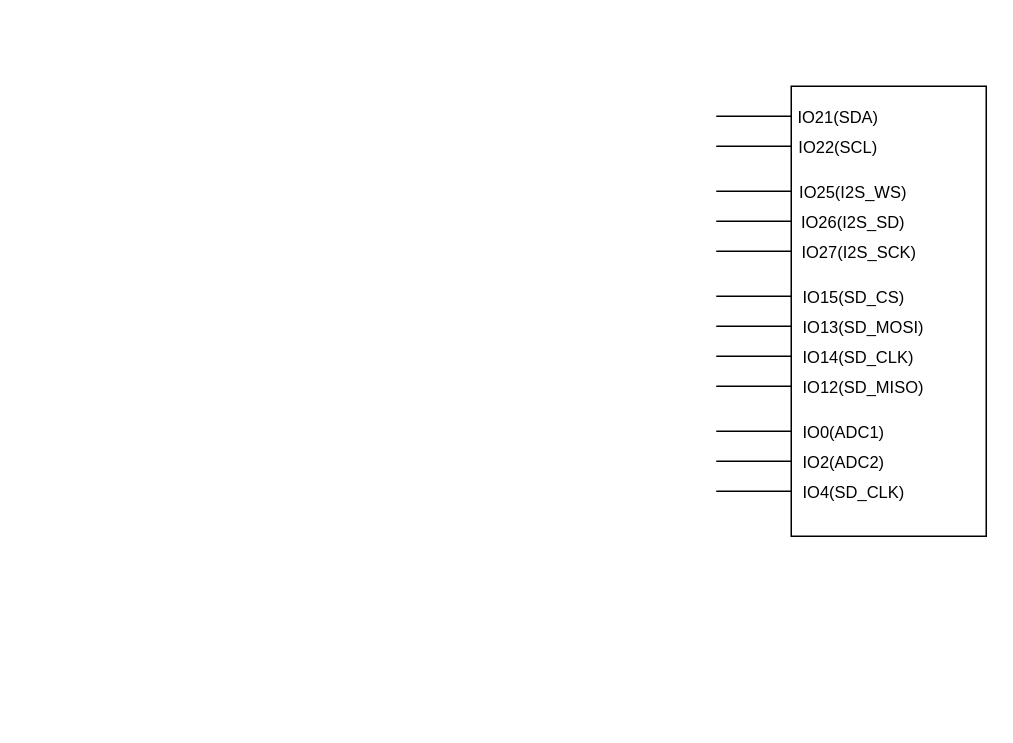
The draw.io diagram Диаграмма без названия.drawio in Mrw0lf14/diplom_ecg, before the edit. Source tidied: cells renumbered, new cells numbered last; positions are measured from the earlier drawing's top-left corner, leaving out a move shared by most shapes. Both pictures are drawn from the tidied source at 150%, with x=0, y=0 at pixel (716, 86).
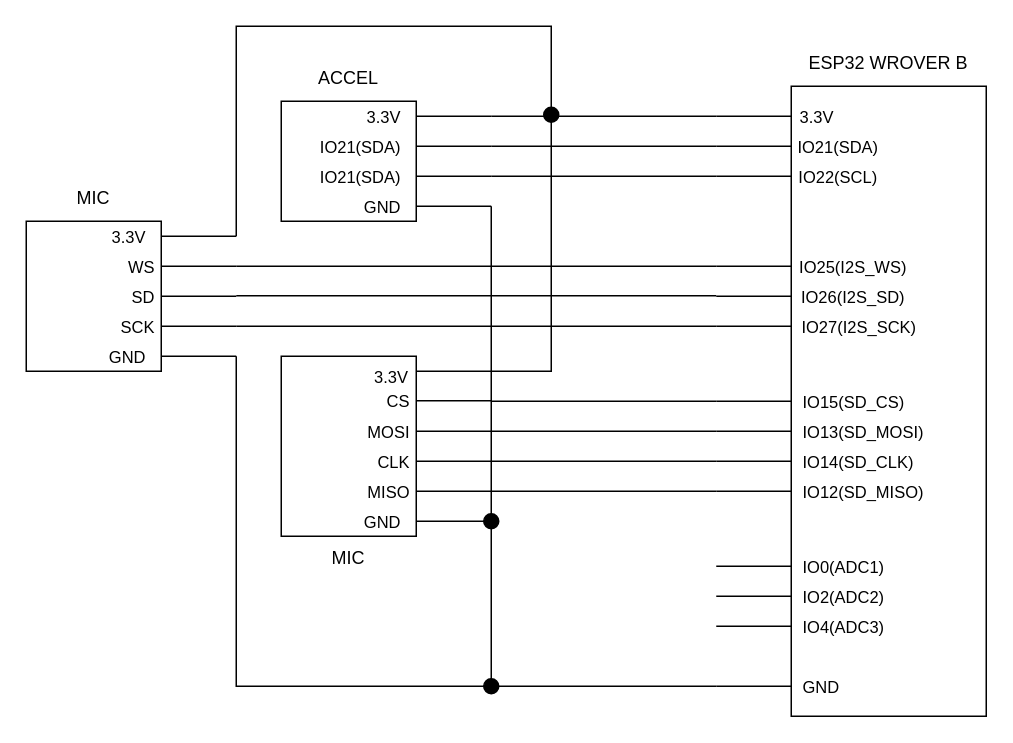
The same diagram, later.

Change to the diagram source:
```diff
@@
     <mxCell id="2" style="rounded=0;whiteSpace=wrap;html=1;" parent="1" vertex="1">
-      <mxGeometry x="50" width="130" height="300" as="geometry" />
+      <mxGeometry x="50" width="130" height="420" as="geometry" />
     </mxCell>
     <mxCell id="3" style="endArrow=none;html=1;rounded=0;" parent="1" edge="1">
       <mxGeometry relative="1" as="geometry">
-        <mxPoint y="20" as="sourcePoint" />
-        <mxPoint x="50" y="20" as="targetPoint" />
+        <mxPoint y="40" as="sourcePoint" />
+        <mxPoint x="50" y="40" as="targetPoint" />
       </mxGeometry>
     </mxCell>
@@
     <mxCell id="5" style="endArrow=none;html=1;rounded=0;" parent="1" edge="1">
       <mxGeometry relative="1" as="geometry">
-        <mxPoint y="40" as="sourcePoint" />
-        <mxPoint x="50" y="40" as="targetPoint" />
+        <mxPoint y="60" as="sourcePoint" />
+        <mxPoint x="50" y="60" as="targetPoint" />
       </mxGeometry>
     </mxCell>
@@
     <mxCell id="7" style="endArrow=none;html=1;rounded=0;" parent="1" edge="1">
       <mxGeometry relative="1" as="geometry">
-        <mxPoint y="70" as="sourcePoint" />
-        <mxPoint x="50" y="70" as="targetPoint" />
+        <mxPoint y="120" as="sourcePoint" />
+        <mxPoint x="50" y="120" as="targetPoint" />
       </mxGeometry>
     </mxCell>
@@
     <mxCell id="9" style="endArrow=none;html=1;rounded=0;" parent="1" edge="1">
       <mxGeometry relative="1" as="geometry">
-        <mxPoint y="90" as="sourcePoint" />
-        <mxPoint x="50" y="90" as="targetPoint" />
+        <mxPoint y="140" as="sourcePoint" />
+        <mxPoint x="50" y="140" as="targetPoint" />
       </mxGeometry>
     </mxCell>
@@
     <mxCell id="11" style="endArrow=none;html=1;rounded=0;" parent="1" edge="1">
       <mxGeometry relative="1" as="geometry">
-        <mxPoint y="110" as="sourcePoint" />
-        <mxPoint x="50" y="110" as="targetPoint" />
+        <mxPoint y="160" as="sourcePoint" />
+        <mxPoint x="50" y="160" as="targetPoint" />
       </mxGeometry>
     </mxCell>
@@
     <mxCell id="13" style="endArrow=none;html=1;rounded=0;" parent="1" edge="1">
       <mxGeometry relative="1" as="geometry">
-        <mxPoint y="140" as="sourcePoint" />
-        <mxPoint x="50" y="140" as="targetPoint" />
+        <mxPoint y="210" as="sourcePoint" />
+        <mxPoint x="50" y="210" as="targetPoint" />
       </mxGeometry>
     </mxCell>
@@
     <mxCell id="15" style="endArrow=none;html=1;rounded=0;" parent="1" edge="1">
       <mxGeometry relative="1" as="geometry">
-        <mxPoint y="160" as="sourcePoint" />
-        <mxPoint x="50" y="160" as="targetPoint" />
+        <mxPoint y="230" as="sourcePoint" />
+        <mxPoint x="50" y="230" as="targetPoint" />
       </mxGeometry>
     </mxCell>
@@
     <mxCell id="17" style="endArrow=none;html=1;rounded=0;" parent="1" edge="1">
       <mxGeometry relative="1" as="geometry">
-        <mxPoint y="180" as="sourcePoint" />
-        <mxPoint x="50" y="180" as="targetPoint" />
+        <mxPoint y="250" as="sourcePoint" />
+        <mxPoint x="50" y="250" as="targetPoint" />
       </mxGeometry>
     </mxCell>
@@
     <mxCell id="19" style="endArrow=none;html=1;rounded=0;" parent="1" edge="1">
       <mxGeometry relative="1" as="geometry">
-        <mxPoint y="200" as="sourcePoint" />
-        <mxPoint x="50" y="200" as="targetPoint" />
+        <mxPoint y="270" as="sourcePoint" />
+        <mxPoint x="50" y="270" as="targetPoint" />
       </mxGeometry>
     </mxCell>
@@
     <mxCell id="21" style="endArrow=none;html=1;rounded=0;" parent="1" edge="1">
       <mxGeometry relative="1" as="geometry">
-        <mxPoint y="230" as="sourcePoint" />
-        <mxPoint x="50" y="230" as="targetPoint" />
+        <mxPoint y="320" as="sourcePoint" />
+        <mxPoint x="50" y="320" as="targetPoint" />
       </mxGeometry>
     </mxCell>
@@
     <mxCell id="23" style="endArrow=none;html=1;rounded=0;" parent="1" edge="1">
       <mxGeometry relative="1" as="geometry">
-        <mxPoint y="250" as="sourcePoint" />
-        <mxPoint x="50" y="250" as="targetPoint" />
+        <mxPoint y="340" as="sourcePoint" />
+        <mxPoint x="50" y="340" as="targetPoint" />
       </mxGeometry>
     </mxCell>
@@
     <mxCell id="25" style="endArrow=none;html=1;rounded=0;" parent="1" edge="1">
       <mxGeometry relative="1" as="geometry">
-        <mxPoint y="270" as="sourcePoint" />
-        <mxPoint x="50" y="270" as="targetPoint" />
+        <mxPoint y="360" as="sourcePoint" />
+        <mxPoint x="50" y="360" as="targetPoint" />
       </mxGeometry>
     </mxCell>
-    <mxCell id="26" value="IO4(SD_CLK)" style="edgeLabel;html=1;align=left;verticalAlign=middle;" parent="25" vertex="1">
+    <mxCell id="26" value="IO4(ADC3)" style="edgeLabel;html=1;align=left;verticalAlign=middle;" parent="25" vertex="1">
       <mxGeometry x="0.47" y="-4" relative="1" as="geometry">
         <mxPoint x="19" y="-4" as="offset" />
       </mxGeometry>
     </mxCell>
+    <mxCell id="27" style="rounded=0;whiteSpace=wrap;html=1;" parent="1" vertex="1">
+      <mxGeometry x="-290" y="10" width="90" height="80" as="geometry" />
+    </mxCell>
+    <mxCell id="28" value="ESP32 WROVER B" style="text;html=1;align=center;verticalAlign=middle;whiteSpace=wrap;rounded=0;" parent="1" vertex="1">
+      <mxGeometry x="50" y="-30" width="130" height="30" as="geometry" />
+    </mxCell>
+    <mxCell id="29" style="endArrow=none;html=1;rounded=0;" parent="1" edge="1">
+      <mxGeometry relative="1" as="geometry">
+        <mxPoint x="-200" y="40" as="sourcePoint" />
+        <mxPoint x="-150" y="40" as="targetPoint" />
+      </mxGeometry>
+    </mxCell>
+    <mxCell id="30" value="IO21(SDA)" style="edgeLabel;html=1;align=right;verticalAlign=middle;" parent="29" vertex="1">
+      <mxGeometry x="0.47" y="-4" relative="1" as="geometry">
+        <mxPoint x="-47" y="-4" as="offset" />
+      </mxGeometry>
+    </mxCell>
+    <mxCell id="31" style="endArrow=none;html=1;rounded=0;" parent="1" edge="1">
+      <mxGeometry relative="1" as="geometry">
+        <mxPoint x="-200" y="60" as="sourcePoint" />
+        <mxPoint x="-150" y="60" as="targetPoint" />
+      </mxGeometry>
+    </mxCell>
+    <mxCell id="32" value="IO21(SDA)" style="edgeLabel;html=1;align=right;verticalAlign=middle;" parent="31" vertex="1">
+      <mxGeometry x="0.47" y="-4" relative="1" as="geometry">
+        <mxPoint x="-47" y="-4" as="offset" />
+      </mxGeometry>
+    </mxCell>
+    <mxCell id="33" style="endArrow=none;html=1;rounded=0;" parent="1" edge="1">
+      <mxGeometry relative="1" as="geometry">
+        <mxPoint x="-200" y="20" as="sourcePoint" />
+        <mxPoint x="-150" y="20" as="targetPoint" />
+      </mxGeometry>
+    </mxCell>
+    <mxCell id="34" value="3.3V" style="edgeLabel;html=1;align=right;verticalAlign=middle;" parent="33" vertex="1">
+      <mxGeometry x="0.47" y="-4" relative="1" as="geometry">
+        <mxPoint x="-47" y="-4" as="offset" />
+      </mxGeometry>
+    </mxCell>
+    <mxCell id="35" style="endArrow=none;html=1;rounded=0;" parent="1" edge="1">
+      <mxGeometry relative="1" as="geometry">
+        <mxPoint x="-200" y="80" as="sourcePoint" />
+        <mxPoint x="-150" y="80" as="targetPoint" />
+      </mxGeometry>
+    </mxCell>
+    <mxCell id="36" value="GND" style="edgeLabel;html=1;align=right;verticalAlign=middle;" parent="35" vertex="1">
+      <mxGeometry x="0.47" y="-4" relative="1" as="geometry">
+        <mxPoint x="-47" y="-4" as="offset" />
+      </mxGeometry>
+    </mxCell>
+    <mxCell id="37" style="endArrow=none;html=1;rounded=0;" parent="1" edge="1">
+      <mxGeometry relative="1" as="geometry">
+        <mxPoint x="-150" y="40" as="sourcePoint" />
+        <mxPoint y="40" as="targetPoint" />
+      </mxGeometry>
+    </mxCell>
+    <mxCell id="38" style="endArrow=none;html=1;rounded=0;" parent="1" edge="1">
+      <mxGeometry relative="1" as="geometry">
+        <mxPoint x="-150" y="60" as="sourcePoint" />
+        <mxPoint y="60" as="targetPoint" />
+      </mxGeometry>
+    </mxCell>
+    <mxCell id="39" style="endArrow=none;html=1;rounded=0;" parent="1" edge="1">
+      <mxGeometry relative="1" as="geometry">
+        <mxPoint y="20" as="sourcePoint" />
+        <mxPoint x="50" y="20" as="targetPoint" />
+      </mxGeometry>
+    </mxCell>
+    <mxCell id="40" value="3.3V" style="edgeLabel;html=1;align=left;verticalAlign=middle;" parent="39" vertex="1">
+      <mxGeometry x="0.47" y="-4" relative="1" as="geometry">
+        <mxPoint x="17" y="-4" as="offset" />
+      </mxGeometry>
+    </mxCell>
+    <mxCell id="41" style="endArrow=none;html=1;rounded=0;" parent="1" edge="1">
+      <mxGeometry relative="1" as="geometry">
+        <mxPoint y="400" as="sourcePoint" />
+        <mxPoint x="50" y="400" as="targetPoint" />
+      </mxGeometry>
+    </mxCell>
+    <mxCell id="42" value="GND" style="edgeLabel;html=1;align=left;verticalAlign=middle;" parent="41" vertex="1">
+      <mxGeometry x="0.47" y="-4" relative="1" as="geometry">
+        <mxPoint x="19" y="-4" as="offset" />
+      </mxGeometry>
+    </mxCell>
+    <mxCell id="43" value="ACCEL" style="text;html=1;align=center;verticalAlign=middle;whiteSpace=wrap;rounded=0;" parent="1" vertex="1">
+      <mxGeometry x="-290" y="-20" width="90" height="30" as="geometry" />
+    </mxCell>
+    <mxCell id="44" style="rounded=0;whiteSpace=wrap;html=1;" parent="1" vertex="1">
+      <mxGeometry x="-460" y="90" width="90" height="100" as="geometry" />
+    </mxCell>
+    <mxCell id="45" value="MIC" style="text;html=1;align=center;verticalAlign=middle;whiteSpace=wrap;rounded=0;" parent="1" vertex="1">
+      <mxGeometry x="-460" y="60" width="90" height="30" as="geometry" />
+    </mxCell>
+    <mxCell id="46" style="endArrow=none;html=1;rounded=0;" parent="1" edge="1">
+      <mxGeometry relative="1" as="geometry">
+        <mxPoint x="-370" y="120" as="sourcePoint" />
+        <mxPoint x="-320" y="120" as="targetPoint" />
+      </mxGeometry>
+    </mxCell>
+    <mxCell id="47" value="WS" style="edgeLabel;html=1;align=right;verticalAlign=middle;" parent="46" vertex="1">
+      <mxGeometry x="0.47" y="-4" relative="1" as="geometry">
+        <mxPoint x="-41" y="-4" as="offset" />
+      </mxGeometry>
+    </mxCell>
+    <mxCell id="48" style="endArrow=none;html=1;rounded=0;" parent="1" edge="1">
+      <mxGeometry relative="1" as="geometry">
+        <mxPoint x="-370" y="140" as="sourcePoint" />
+        <mxPoint x="-320" y="140" as="targetPoint" />
+      </mxGeometry>
+    </mxCell>
+    <mxCell id="49" value="SD" style="edgeLabel;html=1;align=right;verticalAlign=middle;" parent="48" vertex="1">
+      <mxGeometry x="0.47" y="-4" relative="1" as="geometry">
+        <mxPoint x="-41" y="-4" as="offset" />
+      </mxGeometry>
+    </mxCell>
+    <mxCell id="50" style="endArrow=none;html=1;rounded=0;" parent="1" edge="1">
+      <mxGeometry relative="1" as="geometry">
+        <mxPoint x="-370" y="160" as="sourcePoint" />
+        <mxPoint x="-320" y="160" as="targetPoint" />
+      </mxGeometry>
+    </mxCell>
+    <mxCell id="51" value="SCK" style="edgeLabel;html=1;align=right;verticalAlign=middle;" parent="50" vertex="1">
+      <mxGeometry x="0.47" y="-4" relative="1" as="geometry">
+        <mxPoint x="-41" y="-4" as="offset" />
+      </mxGeometry>
+    </mxCell>
+    <mxCell id="52" style="endArrow=none;html=1;rounded=0;" parent="1" edge="1">
+      <mxGeometry relative="1" as="geometry">
+        <mxPoint x="-370" y="100" as="sourcePoint" />
+        <mxPoint x="-320" y="100" as="targetPoint" />
+      </mxGeometry>
+    </mxCell>
+    <mxCell id="53" value="3.3V" style="edgeLabel;html=1;align=right;verticalAlign=middle;" parent="52" vertex="1">
+      <mxGeometry x="0.47" y="-4" relative="1" as="geometry">
+        <mxPoint x="-47" y="-4" as="offset" />
+      </mxGeometry>
+    </mxCell>
+    <mxCell id="54" style="endArrow=none;html=1;rounded=0;" parent="1" edge="1">
+      <mxGeometry relative="1" as="geometry">
+        <mxPoint x="-370" y="180" as="sourcePoint" />
+        <mxPoint x="-320" y="180" as="targetPoint" />
+      </mxGeometry>
+    </mxCell>
+    <mxCell id="55" value="GND" style="edgeLabel;html=1;align=right;verticalAlign=middle;" parent="54" vertex="1">
+      <mxGeometry x="0.47" y="-4" relative="1" as="geometry">
+        <mxPoint x="-47" y="-4" as="offset" />
+      </mxGeometry>
+    </mxCell>
+    <mxCell id="56" style="rounded=0;whiteSpace=wrap;html=1;" parent="1" vertex="1">
+      <mxGeometry x="-290" y="180" width="90" height="120" as="geometry" />
+    </mxCell>
+    <mxCell id="57" value="MIC" style="text;html=1;align=center;verticalAlign=middle;whiteSpace=wrap;rounded=0;" parent="1" vertex="1">
+      <mxGeometry x="-290" y="300" width="90" height="30" as="geometry" />
+    </mxCell>
+    <mxCell id="58" style="endArrow=none;html=1;rounded=0;" parent="1" edge="1">
+      <mxGeometry relative="1" as="geometry">
+        <mxPoint x="-200" y="209.7" as="sourcePoint" />
+        <mxPoint x="-150" y="209.7" as="targetPoint" />
+      </mxGeometry>
+    </mxCell>
+    <mxCell id="59" value="CS" style="edgeLabel;html=1;align=right;verticalAlign=middle;" parent="58" vertex="1">
+      <mxGeometry x="0.47" y="-4" relative="1" as="geometry">
+        <mxPoint x="-41" y="-4" as="offset" />
+      </mxGeometry>
+    </mxCell>
+    <mxCell id="60" style="endArrow=none;html=1;rounded=0;" parent="1" edge="1">
+      <mxGeometry relative="1" as="geometry">
+        <mxPoint x="-200" y="250" as="sourcePoint" />
+        <mxPoint x="-150" y="250" as="targetPoint" />
+      </mxGeometry>
+    </mxCell>
+    <mxCell id="61" value="CLK" style="edgeLabel;html=1;align=right;verticalAlign=middle;" parent="60" vertex="1">
+      <mxGeometry x="0.47" y="-4" relative="1" as="geometry">
+        <mxPoint x="-41" y="-4" as="offset" />
+      </mxGeometry>
+    </mxCell>
+    <mxCell id="62" style="endArrow=none;html=1;rounded=0;" parent="1" edge="1">
+      <mxGeometry relative="1" as="geometry">
+        <mxPoint x="-200" y="270" as="sourcePoint" />
+        <mxPoint x="-150" y="270" as="targetPoint" />
+      </mxGeometry>
+    </mxCell>
+    <mxCell id="63" value="MISO" style="edgeLabel;html=1;align=right;verticalAlign=middle;" parent="62" vertex="1">
+      <mxGeometry x="0.47" y="-4" relative="1" as="geometry">
+        <mxPoint x="-41" y="-4" as="offset" />
+      </mxGeometry>
+    </mxCell>
+    <mxCell id="64" style="endArrow=none;html=1;rounded=0;" parent="1" edge="1">
+      <mxGeometry relative="1" as="geometry">
+        <mxPoint x="-200" y="190" as="sourcePoint" />
+        <mxPoint x="-110" y="20" as="targetPoint" />
+        <Array as="points">
+          <mxPoint x="-110" y="190" />
+        </Array>
+      </mxGeometry>
+    </mxCell>
+    <mxCell id="65" value="3.3V" style="edgeLabel;html=1;align=right;verticalAlign=middle;" parent="64" vertex="1">
+      <mxGeometry x="0.47" y="-4" relative="1" as="geometry">
+        <mxPoint x="-99" y="104" as="offset" />
+      </mxGeometry>
+    </mxCell>
+    <mxCell id="66" style="endArrow=none;html=1;rounded=0;" parent="1" edge="1">
+      <mxGeometry relative="1" as="geometry">
+        <mxPoint x="-200" y="290" as="sourcePoint" />
+        <mxPoint x="-150" y="290" as="targetPoint" />
+      </mxGeometry>
+    </mxCell>
+    <mxCell id="67" value="GND" style="edgeLabel;html=1;align=right;verticalAlign=middle;" parent="66" vertex="1">
+      <mxGeometry x="0.47" y="-4" relative="1" as="geometry">
+        <mxPoint x="-47" y="-4" as="offset" />
+      </mxGeometry>
+    </mxCell>
+    <mxCell id="68" style="endArrow=none;html=1;rounded=0;" parent="1" edge="1">
+      <mxGeometry relative="1" as="geometry">
+        <mxPoint x="-200" y="230" as="sourcePoint" />
+        <mxPoint x="-150" y="230" as="targetPoint" />
+      </mxGeometry>
+    </mxCell>
+    <mxCell id="69" value="MOSI" style="edgeLabel;html=1;align=right;verticalAlign=middle;" parent="68" vertex="1">
+      <mxGeometry x="0.47" y="-4" relative="1" as="geometry">
+        <mxPoint x="-41" y="-4" as="offset" />
+      </mxGeometry>
+    </mxCell>
+    <mxCell id="70" style="endArrow=none;html=1;rounded=0;" parent="1" edge="1">
+      <mxGeometry relative="1" as="geometry">
+        <mxPoint x="-320" y="120" as="sourcePoint" />
+        <mxPoint y="120" as="targetPoint" />
+      </mxGeometry>
+    </mxCell>
+    <mxCell id="71" style="endArrow=none;html=1;rounded=0;" parent="1" edge="1">
+      <mxGeometry relative="1" as="geometry">
+        <mxPoint x="-320" y="139.7" as="sourcePoint" />
+        <mxPoint y="139.7" as="targetPoint" />
+      </mxGeometry>
+    </mxCell>
+    <mxCell id="72" style="endArrow=none;html=1;rounded=0;" parent="1" edge="1">
+      <mxGeometry relative="1" as="geometry">
+        <mxPoint x="-320" y="160" as="sourcePoint" />
+        <mxPoint y="160" as="targetPoint" />
+      </mxGeometry>
+    </mxCell>
+    <mxCell id="73" style="endArrow=none;html=1;rounded=0;" parent="1" edge="1">
+      <mxGeometry relative="1" as="geometry">
+        <mxPoint x="-150" y="210" as="sourcePoint" />
+        <mxPoint y="210" as="targetPoint" />
+      </mxGeometry>
+    </mxCell>
+    <mxCell id="74" style="endArrow=none;html=1;rounded=0;" parent="1" edge="1">
+      <mxGeometry relative="1" as="geometry">
+        <mxPoint x="-150" y="230" as="sourcePoint" />
+        <mxPoint y="230" as="targetPoint" />
+      </mxGeometry>
+    </mxCell>
+    <mxCell id="75" style="endArrow=none;html=1;rounded=0;" parent="1" edge="1">
+      <mxGeometry relative="1" as="geometry">
+        <mxPoint x="-150" y="250" as="sourcePoint" />
+        <mxPoint y="250" as="targetPoint" />
+      </mxGeometry>
+    </mxCell>
+    <mxCell id="76" style="endArrow=none;html=1;rounded=0;" parent="1" edge="1">
+      <mxGeometry relative="1" as="geometry">
+        <mxPoint x="-150" y="270" as="sourcePoint" />
+        <mxPoint y="270" as="targetPoint" />
+      </mxGeometry>
+    </mxCell>
+    <mxCell id="77" style="endArrow=none;html=1;rounded=0;" parent="1" edge="1">
+      <mxGeometry relative="1" as="geometry">
+        <mxPoint x="-150" y="20" as="sourcePoint" />
+        <mxPoint y="20" as="targetPoint" />
+      </mxGeometry>
+    </mxCell>
+    <mxCell id="78" style="endArrow=none;html=1;rounded=0;" parent="1" edge="1">
+      <mxGeometry relative="1" as="geometry">
+        <mxPoint x="-320" y="100" as="sourcePoint" />
+        <mxPoint x="-110" y="20" as="targetPoint" />
+        <Array as="points">
+          <mxPoint x="-320" y="-40" />
+          <mxPoint x="-110" y="-40" />
+        </Array>
+      </mxGeometry>
+    </mxCell>
+    <mxCell id="79" style="ellipse;whiteSpace=wrap;html=1;fillColor=#000000;" parent="1" vertex="1">
+      <mxGeometry x="-115" y="14" width="10" height="10" as="geometry" />
+    </mxCell>
+    <mxCell id="80" style="endArrow=none;html=1;rounded=0;" parent="1" edge="1">
+      <mxGeometry relative="1" as="geometry">
+        <mxPoint x="-320" y="180" as="sourcePoint" />
+        <mxPoint y="400" as="targetPoint" />
+        <Array as="points">
+          <mxPoint x="-320" y="400" />
+        </Array>
+      </mxGeometry>
+    </mxCell>
+    <mxCell id="81" style="endArrow=none;html=1;rounded=0;" parent="1" edge="1">
+      <mxGeometry relative="1" as="geometry">
+        <mxPoint x="-150" y="400" as="sourcePoint" />
+        <mxPoint x="-150" y="80" as="targetPoint" />
+      </mxGeometry>
+    </mxCell>
+    <mxCell id="82" style="ellipse;whiteSpace=wrap;html=1;fillColor=#000000;" parent="1" vertex="1">
+      <mxGeometry x="-155" y="285" width="10" height="10" as="geometry" />
+    </mxCell>
+    <mxCell id="83" style="ellipse;whiteSpace=wrap;html=1;fillColor=#000000;" parent="1" vertex="1">
+      <mxGeometry x="-155" y="395" width="10" height="10" as="geometry" />
+    </mxCell>
```
